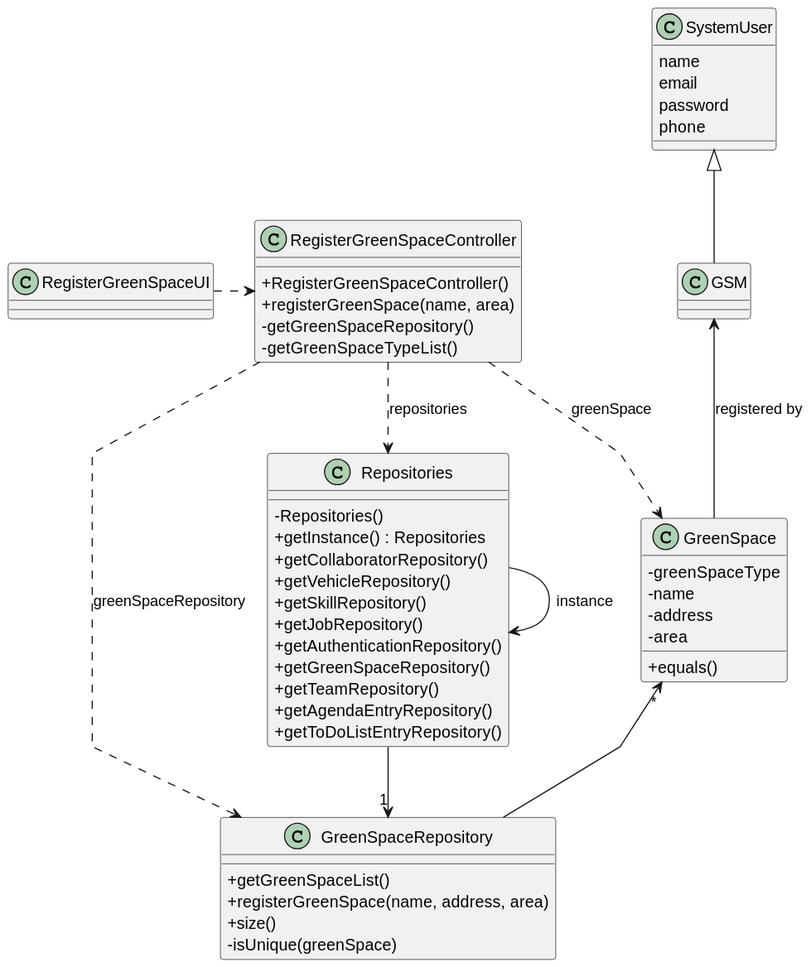
Above: docs/sprintC/us020/03.design/svg/us020-class-diagram.svg in Departamento-de-Engenharia-Informatica/lei-24-s2-1do-g164 (PlantUML), before the change.
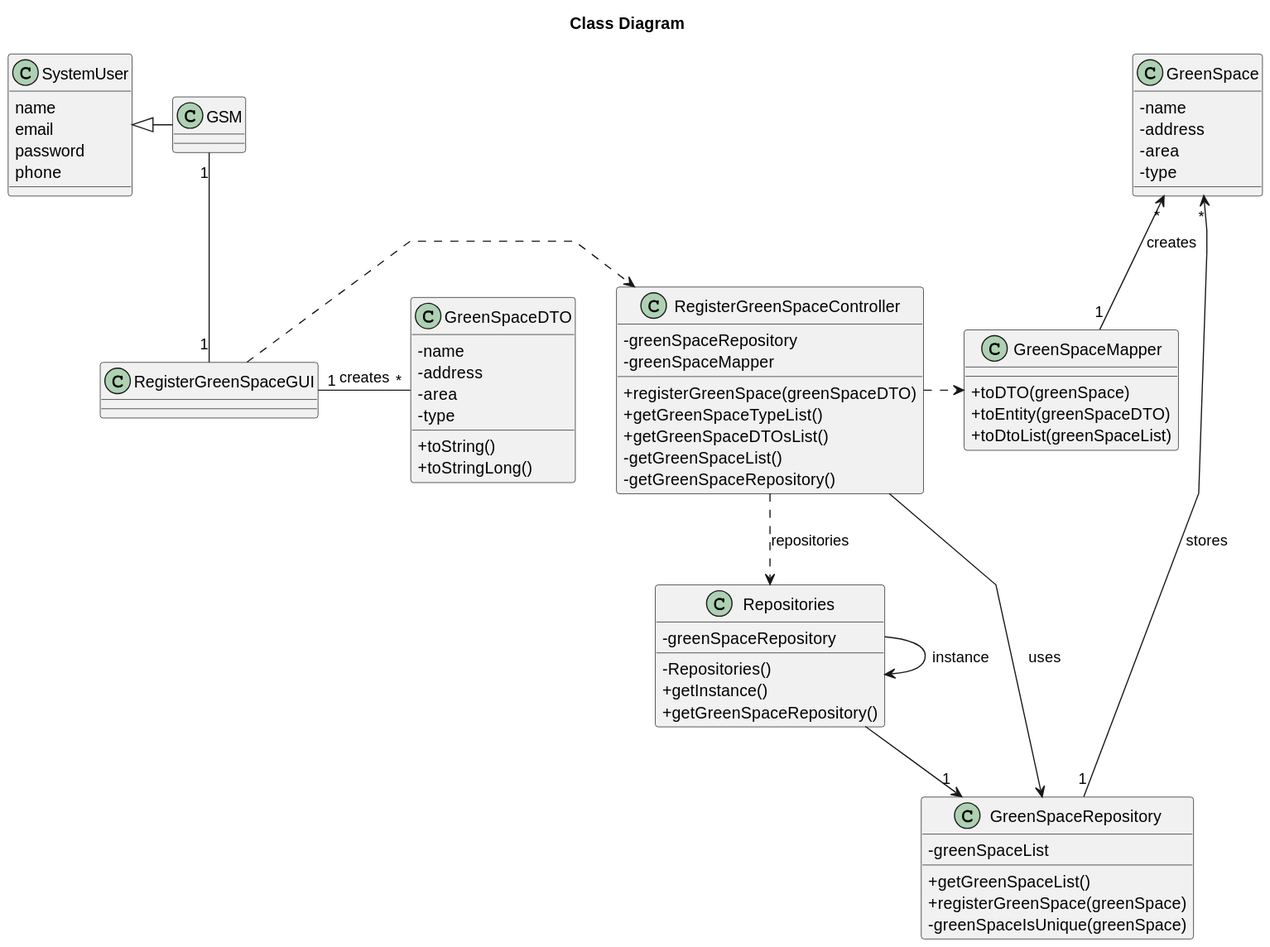
The same file after the commit.

Commit message:
US020(docs): class diagram

The edit, as a diff of the source:
```diff
@@ -1,52 +1,19 @@
 @startuml
+skinparam classAttributeIconSize 0
 skinparam packageStyle rectangle
 skinparam shadowing false
 skinparam linetype polyline
 
-skinparam classAttributeIconSize 0
+title Class Diagram
+
+class GreenSpace{
+    -name
+    -address
+    -area
+    -type
+}
 
 
-class GreenSpace {
-    - greenSpaceType
-    - name
-    - address
-    - area
-    + equals()
-}
-
-class Repositories {
-
-
-    - Repositories()
-    + getInstance() : Repositories
-    + getCollaboratorRepository()
-    + getVehicleRepository()
-    + getSkillRepository()
-    + getJobRepository()
-    + getAuthenticationRepository()
-    + getGreenSpaceRepository()
-    + getTeamRepository()
-    + getAgendaEntryRepository()
-    + getToDoListEntryRepository()
-
-}
-
-class GreenSpaceRepository {
-    + getGreenSpaceList()
-    + registerGreenSpace(name, address, area)
-    + size()
-    - isUnique(greenSpace)
-}
-
-class RegisterGreenSpaceController {
-
-    + RegisterGreenSpaceController()
-    + registerGreenSpace(name, area)
-    - getGreenSpaceRepository()
-    - getGreenSpaceTypeList()
-}
-
-class GSM {}
 
 class SystemUser {
     name
@@ -56,14 +23,64 @@
 }
 
 
-SystemUser <|-- GSM
-GSM  <-- GreenSpace : registered by
+class GreenSpaceRepository {
+    - greenSpaceList
+    + getGreenSpaceList()
+    + registerGreenSpace(greenSpace)
+    - greenSpaceIsUnique(greenSpace)
+}
+
+
+class Repositories {
+    - greenSpaceRepository
+
+    - Repositories()
+    + getInstance()
+    + getGreenSpaceRepository()
+}
+
+class GreenSpaceMapper {
+    + toDTO(greenSpace)
+    + toEntity(greenSpaceDTO)
+    + toDtoList(greenSpaceList)
+}
+
+
+class RegisterGreenSpaceController {
+    -greenSpaceRepository
+    -greenSpaceMapper
+    + registerGreenSpace(greenSpaceDTO)
+    + getGreenSpaceTypeList()
+    + getGreenSpaceDTOsList()
+    - getGreenSpaceList()
+    - getGreenSpaceRepository()
+
+}
+
+class RegisterGreenSpaceGUI {
+
+}
+
+class GreenSpaceDTO{
+-name
+-address
+-area
+-type
++toString()
++toStringLong()
+}
+
+RegisterGreenSpaceGUI .> RegisterGreenSpaceController
+RegisterGreenSpaceGUI "1" - "*" GreenSpaceDTO : creates
 RegisterGreenSpaceController ..> Repositories : repositories
-RegisterGreenSpaceController ..> GreenSpaceRepository : greenSpaceRepository
-RegisterGreenSpaceController ..> GreenSpace : greenSpace
+Repositories --> "1" GreenSpaceRepository
+Repositories -> Repositories : instance
+RegisterGreenSpaceController .> GreenSpaceMapper
+RegisterGreenSpaceController --> GreenSpaceRepository : uses
 
-RegisterGreenSpaceUI .> RegisterGreenSpaceController
-Repositories -->"1" GreenSpaceRepository
-Repositories -> Repositories : instance
-GreenSpace "*" <-- GreenSpaceRepository
+SystemUser <|- GSM
+
+GSM "1" -- "1" RegisterGreenSpaceGUI
+GreenSpace "*" <-- "1" GreenSpaceRepository : stores
+GreenSpace "*" <-- "1" GreenSpaceMapper : creates
 @enduml
```
